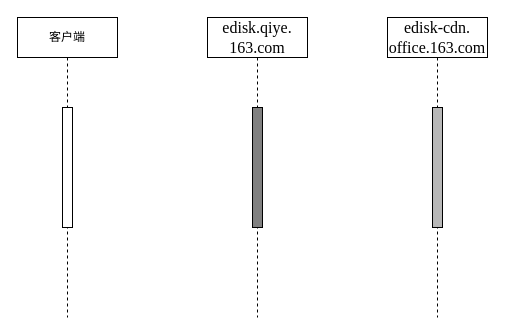
The draw.io diagram page "第 1 页" (1 of 3) of 云附件.drawio in GreenTee-color/Documents, before the edit. Source tidied: cells renumbered, new cells numbered last; positions are measured from the earlier drawing's top-left corner, leaving out a move shared by most shapes. Both pictures are drawn from the tidied source at 100%, with x=0, y=0 at pixel (17, 17).
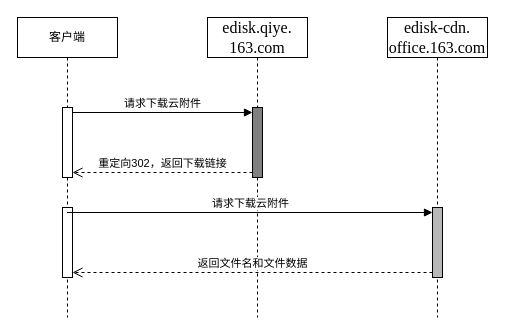
The same diagram, later.

Commit message (it also covers changes not shown here):
更新云附件.drawio

What changed in the source:
```diff
@@
 <mxGraphModel>
   <root>
     <mxCell id="0" />
     <mxCell id="1" parent="0" />
     <mxCell id="2" value="&lt;span style=&quot;font-family: &amp;quot;Times New Roman&amp;quot;, serif;&quot; lang=&quot;EN-US&quot;&gt;&lt;font style=&quot;font-size: 16px;&quot;&gt;edisk.qiye.&lt;/font&gt;&lt;/span&gt;&lt;div&gt;&lt;span style=&quot;font-family: &amp;quot;Times New Roman&amp;quot;, serif;&quot; lang=&quot;EN-US&quot;&gt;&lt;font style=&quot;font-size: 16px;&quot;&gt;163.com&lt;/font&gt;&lt;/span&gt;&lt;/div&gt;" style="shape=umlLifeline;perimeter=lifelinePerimeter;whiteSpace=wrap;html=1;newEdgeStyle={&quot;edgeStyle&quot;:&quot;elbowEdgeStyle&quot;,&quot;elbow&quot;:&quot;vertical&quot;,&quot;curved&quot;:0,&quot;rounded&quot;:0};" parent="1" vertex="1">
       <mxGeometry x="190" width="100" height="300" as="geometry" />
     </mxCell>
     <mxCell id="3" style="html=1;points=[[0,0,0,0,5],[0,1,0,0,-5],[1,0,0,0,5],[1,1,0,0,-5]];perimeter=orthogonalPerimeter;outlineConnect=0;targetShapes=umlLifeline;portConstraint=eastwest;newEdgeStyle={&quot;curved&quot;:0,&quot;rounded&quot;:0};fillColor=#808080;" parent="2" vertex="1">
-      <mxGeometry x="45" y="90" width="10" height="120" as="geometry" />
+      <mxGeometry x="45" y="90" width="10" height="70" as="geometry" />
     </mxCell>
     <mxCell id="4" value="客户端" style="shape=umlLifeline;perimeter=lifelinePerimeter;whiteSpace=wrap;html=1;outlineConnect=0;portConstraint=eastwest;newEdgeStyle={&quot;edgeStyle&quot;:&quot;elbowEdgeStyle&quot;,&quot;elbow&quot;:&quot;vertical&quot;,&quot;curved&quot;:0,&quot;rounded&quot;:0};" parent="1" vertex="1">
       <mxGeometry width="100" height="300" as="geometry" />
     </mxCell>
     <mxCell id="5" style="html=1;points=[[0,0,0,0,5],[0,1,0,0,-5],[1,0,0,0,5],[1,1,0,0,-5]];perimeter=orthogonalPerimeter;outlineConnect=0;targetShapes=umlLifeline;portConstraint=eastwest;newEdgeStyle={&quot;curved&quot;:0,&quot;rounded&quot;:0};" parent="4" vertex="1">
-      <mxGeometry x="45" y="90" width="10" height="120" as="geometry" />
+      <mxGeometry x="45" y="90" width="10" height="70" as="geometry" />
     </mxCell>
+    <mxCell id="8" style="html=1;points=[[0,0,0,0,5],[0,1,0,0,-5],[1,0,0,0,5],[1,1,0,0,-5]];perimeter=orthogonalPerimeter;outlineConnect=0;targetShapes=umlLifeline;portConstraint=eastwest;newEdgeStyle={&quot;curved&quot;:0,&quot;rounded&quot;:0};" parent="4" vertex="1">
+      <mxGeometry x="45" y="190" width="10" height="70" as="geometry" />
+    </mxCell>
     <mxCell id="6" value="&lt;span style=&quot;font-size:12.0pt;mso-bidi-font-size:&lt;br/&gt;11.0pt;font-family:&amp;quot;Times New Roman&amp;quot;,serif;mso-fareast-font-family:宋体;&lt;br/&gt;mso-bidi-theme-font:minor-bidi;mso-ansi-language:EN-US;mso-fareast-language:&lt;br/&gt;ZH-CN;mso-bidi-language:AR-SA&quot; lang=&quot;EN-US&quot;&gt;edisk-&lt;/span&gt;&lt;span style=&quot;font-family: &amp;quot;Times New Roman&amp;quot;, serif; font-size: 12pt; background-color: initial;&quot;&gt;cdn.&lt;/span&gt;&lt;div&gt;&lt;span style=&quot;font-size:12.0pt;mso-bidi-font-size:&lt;br/&gt;11.0pt;font-family:&amp;quot;Times New Roman&amp;quot;,serif;mso-fareast-font-family:宋体;&lt;br/&gt;mso-bidi-theme-font:minor-bidi;mso-ansi-language:EN-US;mso-fareast-language:&lt;br/&gt;ZH-CN;mso-bidi-language:AR-SA&quot; lang=&quot;EN-US&quot;&gt;office.163.com&lt;/span&gt;&lt;/div&gt;" style="shape=umlLifeline;perimeter=lifelinePerimeter;whiteSpace=wrap;html=1;newEdgeStyle={&quot;edgeStyle&quot;:&quot;elbowEdgeStyle&quot;,&quot;elbow&quot;:&quot;vertical&quot;,&quot;curved&quot;:0,&quot;rounded&quot;:0};" parent="1" vertex="1">
       <mxGeometry x="370" width="100" height="300" as="geometry" />
     </mxCell>
     <mxCell id="7" style="html=1;points=[[0,0,0,0,5],[0,1,0,0,-5],[1,0,0,0,5],[1,1,0,0,-5]];perimeter=orthogonalPerimeter;outlineConnect=0;targetShapes=umlLifeline;portConstraint=eastwest;newEdgeStyle={&quot;curved&quot;:0,&quot;rounded&quot;:0};fillColor=#B8B8B8;" parent="6" vertex="1">
-      <mxGeometry x="45" y="90" width="10" height="120" as="geometry" />
+      <mxGeometry x="45" y="190" width="10" height="70" as="geometry" />
     </mxCell>
+    <mxCell id="9" value="请求下载云附件" style="html=1;verticalAlign=bottom;endArrow=block;curved=0;rounded=0;exitX=1;exitY=0;exitDx=0;exitDy=5;exitPerimeter=0;entryX=0;entryY=0;entryDx=0;entryDy=5;entryPerimeter=0;" parent="1" edge="1" source="5" target="3">
+      <mxGeometry relative="1" as="geometry" />
+    </mxCell>
+    <mxCell id="10" value="重定向302，返回下载链接" style="html=1;verticalAlign=bottom;endArrow=open;dashed=1;endSize=8;curved=0;rounded=0;entryX=1;entryY=1;entryDx=0;entryDy=-5;entryPerimeter=0;exitX=0;exitY=1;exitDx=0;exitDy=-5;exitPerimeter=0;" parent="1" edge="1" source="3" target="5">
+      <mxGeometry relative="1" as="geometry" />
+    </mxCell>
+    <mxCell id="11" value="返回文件名和文件数据" style="html=1;verticalAlign=bottom;endArrow=open;dashed=1;endSize=8;curved=0;rounded=0;entryX=1;entryY=1;entryDx=0;entryDy=-5;entryPerimeter=0;exitX=0;exitY=1;exitDx=0;exitDy=-5;exitPerimeter=0;" parent="1" edge="1" source="7" target="8">
+      <mxGeometry relative="1" as="geometry" />
+    </mxCell>
+    <mxCell id="12" value="请求下载云附件" style="html=1;verticalAlign=bottom;endArrow=block;curved=0;rounded=0;entryX=0;entryY=0;entryDx=0;entryDy=5;entryPerimeter=0;" parent="1" edge="1" source="4" target="7">
+      <mxGeometry relative="1" as="geometry" />
+    </mxCell>
   </root>
 </mxGraphModel>
```
